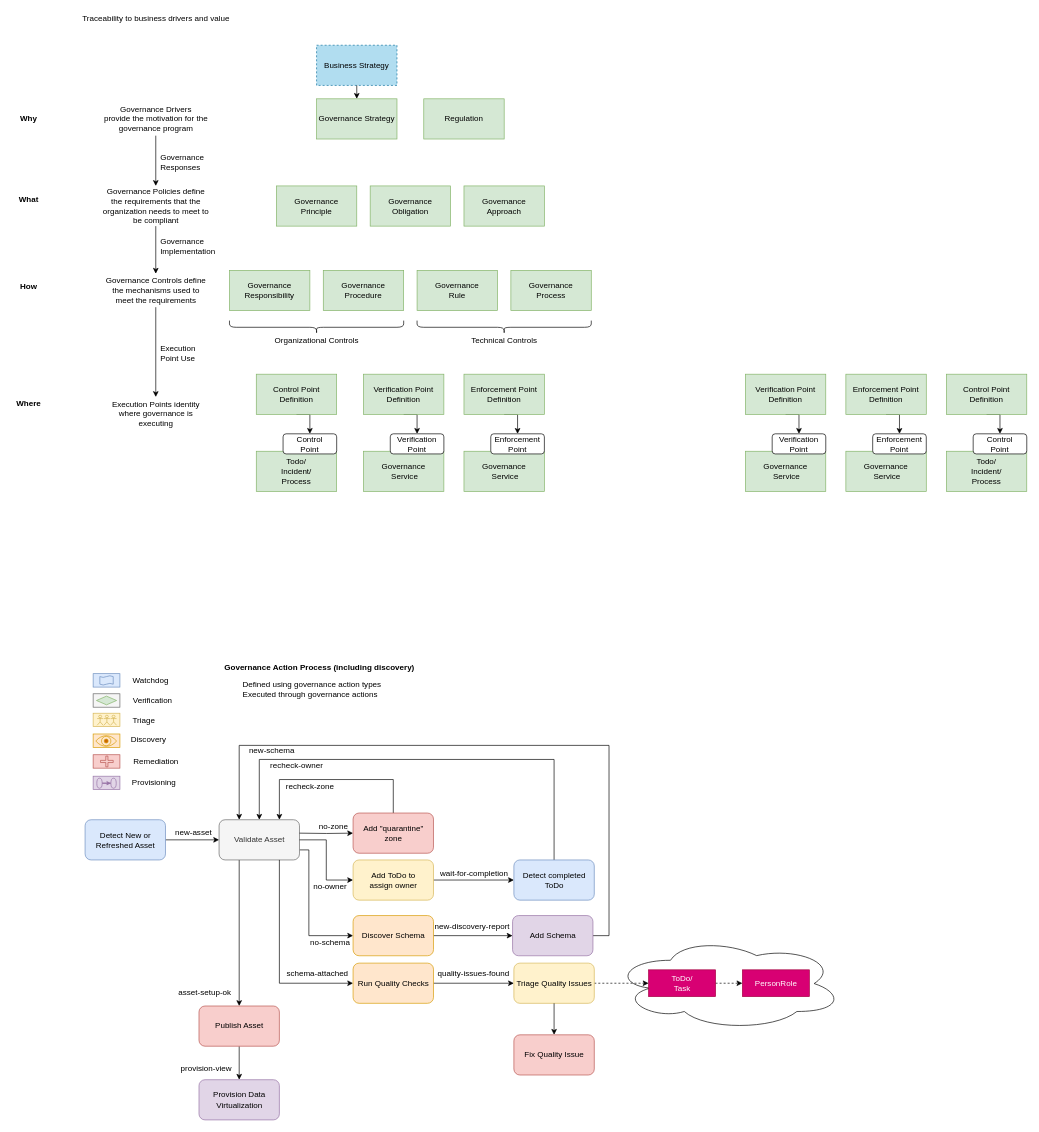
This is page "governance-definitions" (3 of 7) of site/docs/guides/planning/governance-program/governance-program-planning.drawio from odpi/egeria-docs, a draw.io file, before an edit. Source tidied: cells renumbered, new cells numbered last; positions are measured from the earlier drawing's top-left corner, leaving out a move shared by most shapes. Both pictures are drawn from the tidied source at 67%, with x=0, y=0 at pixel (11, 11).
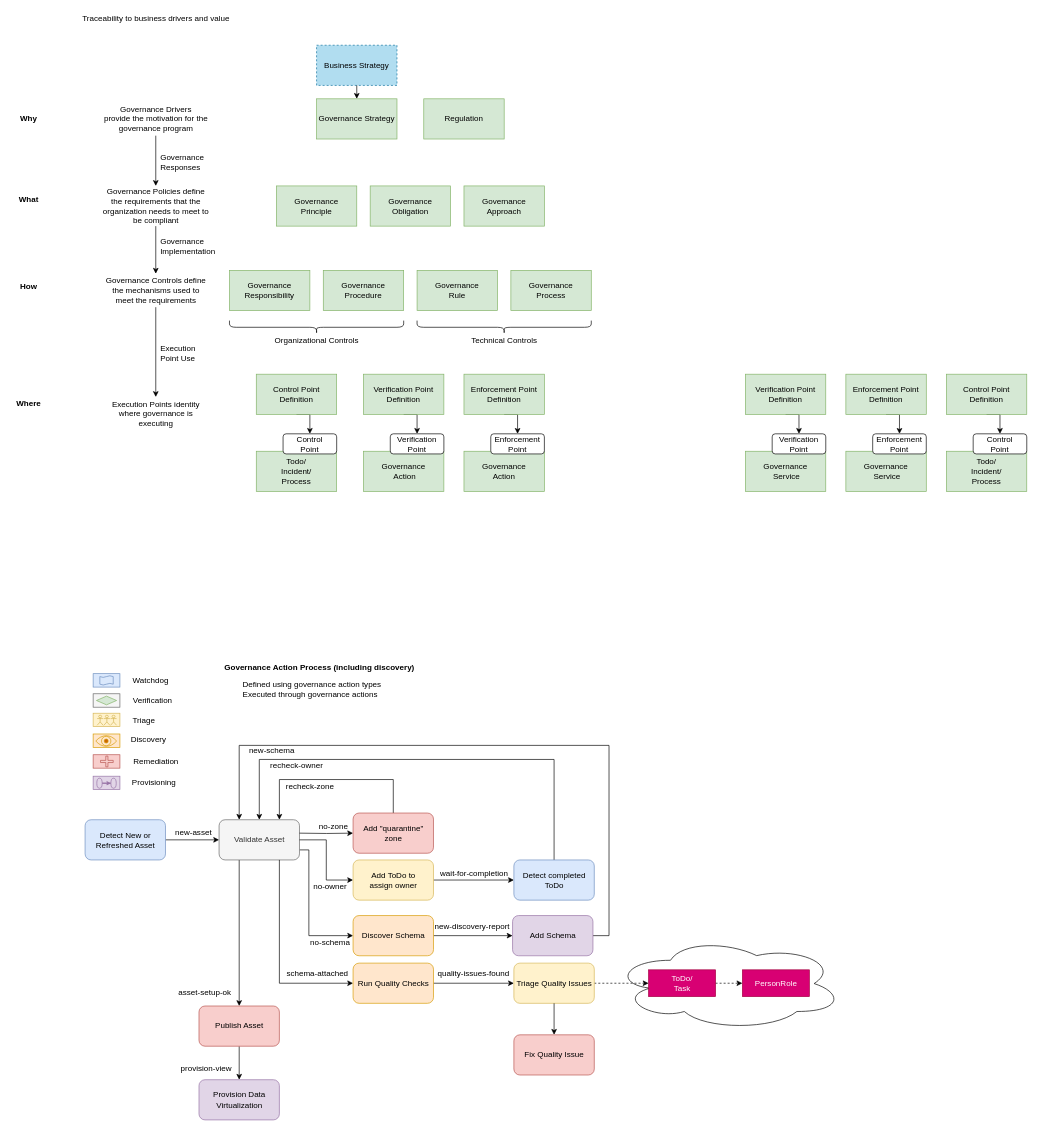
After the change.

Diff of the diagram source:
```diff
@@
-    <mxCell id="111" value="Governance&lt;br&gt;&amp;nbsp;Service" style="rounded=0;whiteSpace=wrap;html=1;fillColor=#d5e8d4;strokeColor=#82b366;" parent="1" vertex="1">
+    <mxCell id="111" value="Governance&lt;br&gt;&amp;nbsp;Action" style="rounded=0;whiteSpace=wrap;html=1;fillColor=#d5e8d4;strokeColor=#82b366;" parent="1" vertex="1">
       <mxGeometry x="525" y="656" width="120" height="60" as="geometry" />
     </mxCell>
@@
-    <mxCell id="113" value="Governance&lt;br&gt;&amp;nbsp;Service" style="rounded=0;whiteSpace=wrap;html=1;fillColor=#d5e8d4;strokeColor=#82b366;" parent="1" vertex="1">
+    <mxCell id="113" value="Governance&lt;br&gt;Action" style="rounded=0;whiteSpace=wrap;html=1;fillColor=#d5e8d4;strokeColor=#82b366;" parent="1" vertex="1">
       <mxGeometry x="675" y="656" width="120" height="60" as="geometry" />
     </mxCell>
```
